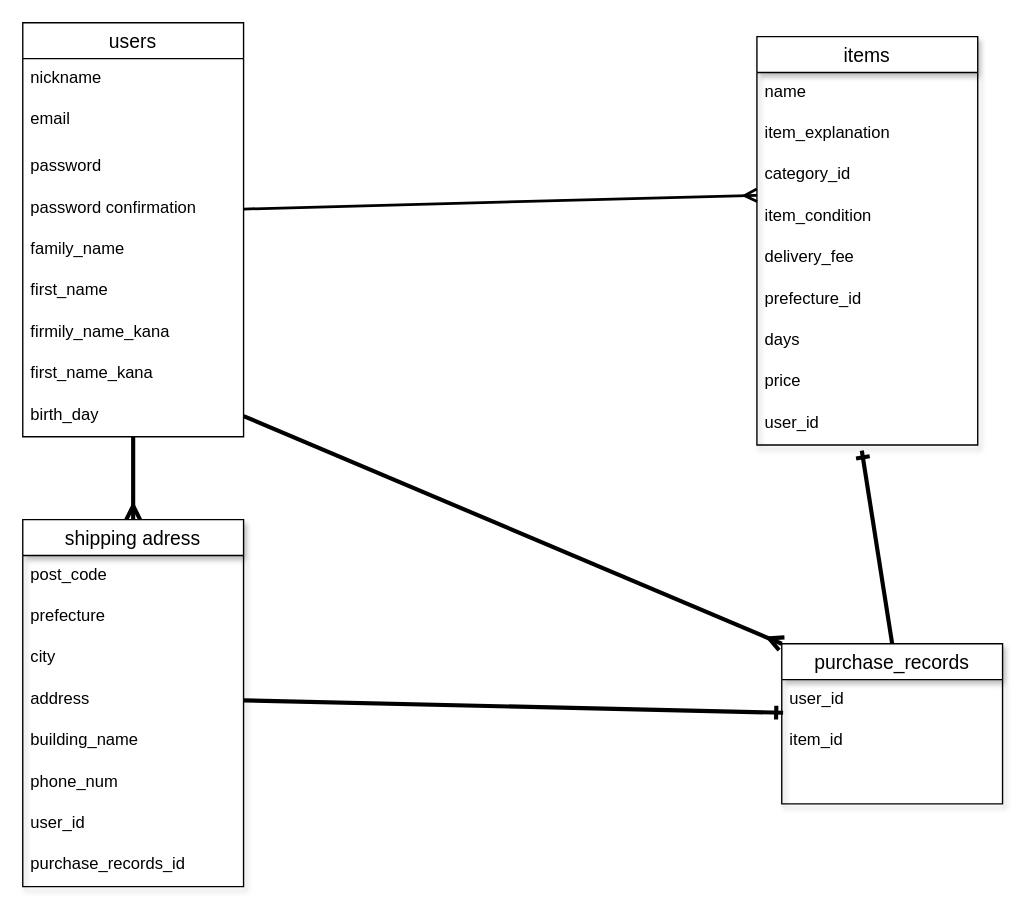
byernrl9/furima-37957 keeps this draw.io diagram as furima.dio. Above is the earlier version. Source tidied: cells renumbered, new cells numbered last; positions are measured from the earlier drawing's top-left corner, leaving out a move shared by most shapes. Both pictures are drawn from the tidied source at 138%, with x=0, y=0 at pixel (22, 22).
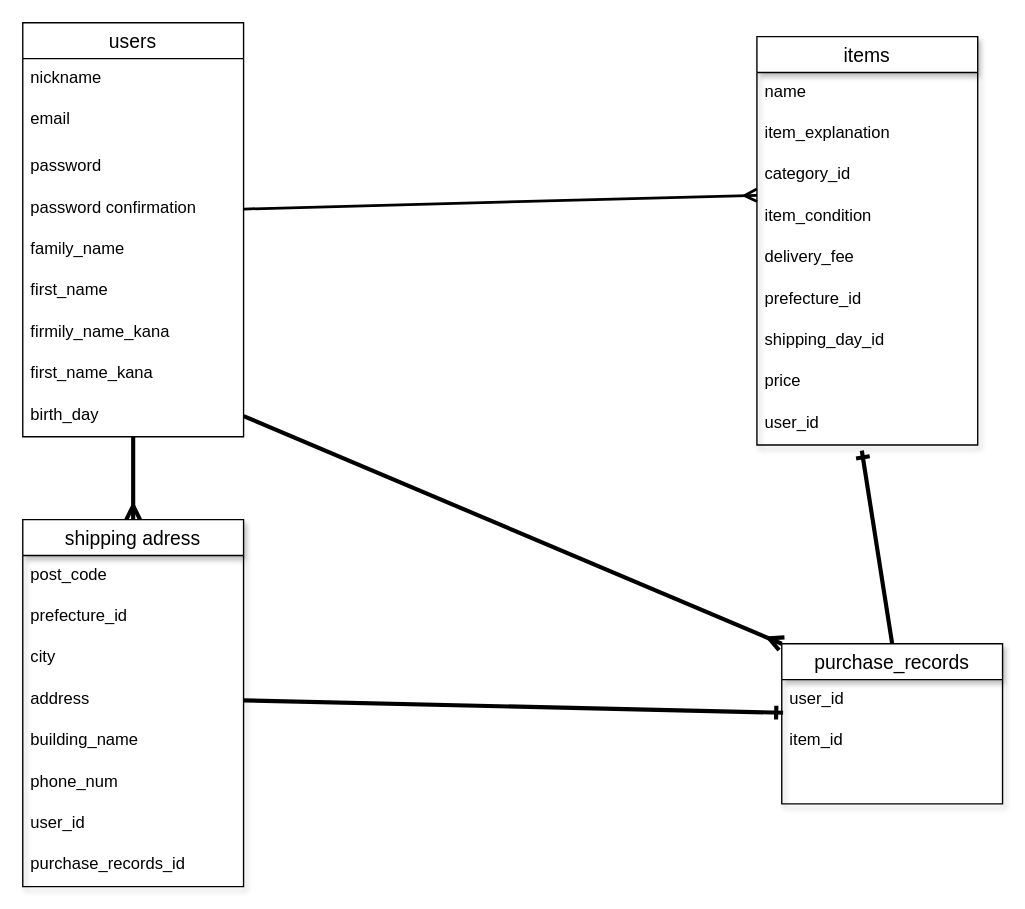
Above is the later version.

Commit message (it also covers changes not shown here):
データベース設計（README)

The change refers to these unchanged cells:
```xml
<mxCell id="13" value="items" style="swimlane;fontStyle=0;horizontal=1;startSize=26;align=center;fontSize=14;shadow=1;" parent="1" vertex="1">
  <mxGeometry x="532" y="10" width="160" height="296" as="geometry" />
</mxCell>
<mxCell id="23" value="shipping adress" style="swimlane;fontStyle=0;horizontal=1;startSize=26;align=center;fontSize=14;shadow=1;" parent="1" vertex="1">
  <mxGeometry y="360" width="160" height="266" as="geometry" />
</mxCell>
```

Diff of the diagram source:
```diff
@@
-    <mxCell id="20" value="days" style="text;strokeColor=none;fillColor=none;spacingLeft=4;spacingRight=4;overflow=hidden;fontSize=12;shadow=1;" parent="13" vertex="1">
+    <mxCell id="20" value="shipping_day_id" style="text;strokeColor=none;fillColor=none;spacingLeft=4;spacingRight=4;overflow=hidden;fontSize=12;shadow=1;" parent="13" vertex="1">
       <mxGeometry y="206" width="160" height="30" as="geometry" />
     </mxCell>
@@
-    <mxCell id="25" value="prefecture" style="text;strokeColor=none;fillColor=none;spacingLeft=4;spacingRight=4;overflow=hidden;fontSize=12;shadow=1;" parent="23" vertex="1">
+    <mxCell id="25" value="prefecture_id" style="text;strokeColor=none;fillColor=none;spacingLeft=4;spacingRight=4;overflow=hidden;fontSize=12;shadow=1;" parent="23" vertex="1">
       <mxGeometry y="56" width="160" height="30" as="geometry" />
     </mxCell>
```
